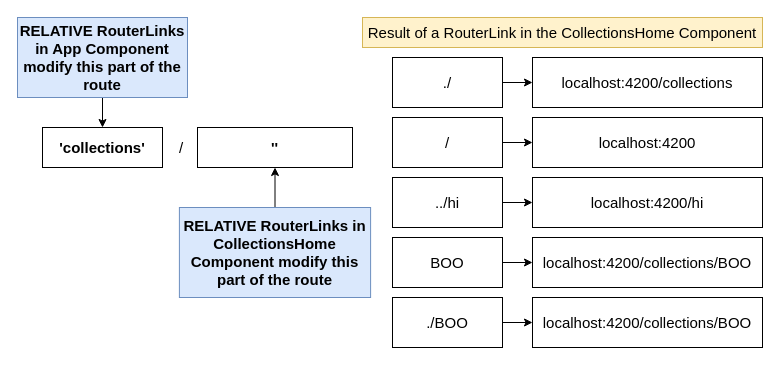
Before: page "09 - relative" (8 of 12) of diagrams/comps/diagrams-collections.drawio in StephenGrider/ng-casts, a draw.io diagram. Source tidied: cells renumbered, new cells numbered last; positions are measured from the earlier drawing's top-left corner, leaving out a move shared by most shapes. Both pictures are drawn from the tidied source at 100%, with x=0, y=0 at pixel (17, 17).
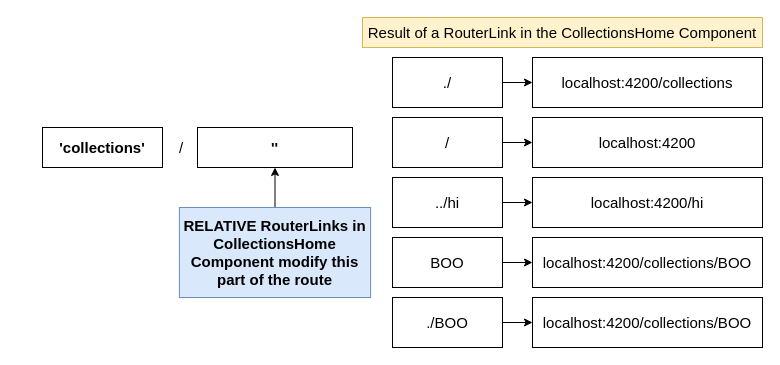
The same page after the edit.

Unchanged cells that the change refers to:
```xml
<mxCell id="2" value="'collections'" style="rounded=0;whiteSpace=wrap;html=1;fontSize=15;align=center;fontStyle=1;" parent="1" vertex="1">
  <mxGeometry x="25" y="110" width="120" height="40" as="geometry" />
</mxCell>
```

What changed in the source:
```diff
@@
-    <mxCell id="4" style="edgeStyle=orthogonalEdgeStyle;rounded=0;jettySize=auto;html=1;exitX=0.5;exitY=1;exitDx=0;exitDy=0;fontSize=15;" parent="1" edge="1" source="5" target="2">
-      <mxGeometry relative="1" as="geometry" />
-    </mxCell>
-    <mxCell id="5" value="RELATIVE RouterLinks in App Component&lt;br&gt;modify this part of the route" style="rounded=0;whiteSpace=wrap;html=1;fontSize=15;align=center;fillColor=#dae8fc;strokeColor=#6c8ebf;fontStyle=1;" parent="1" vertex="1">
-      <mxGeometry width="170" height="80" as="geometry" />
-    </mxCell>
```
